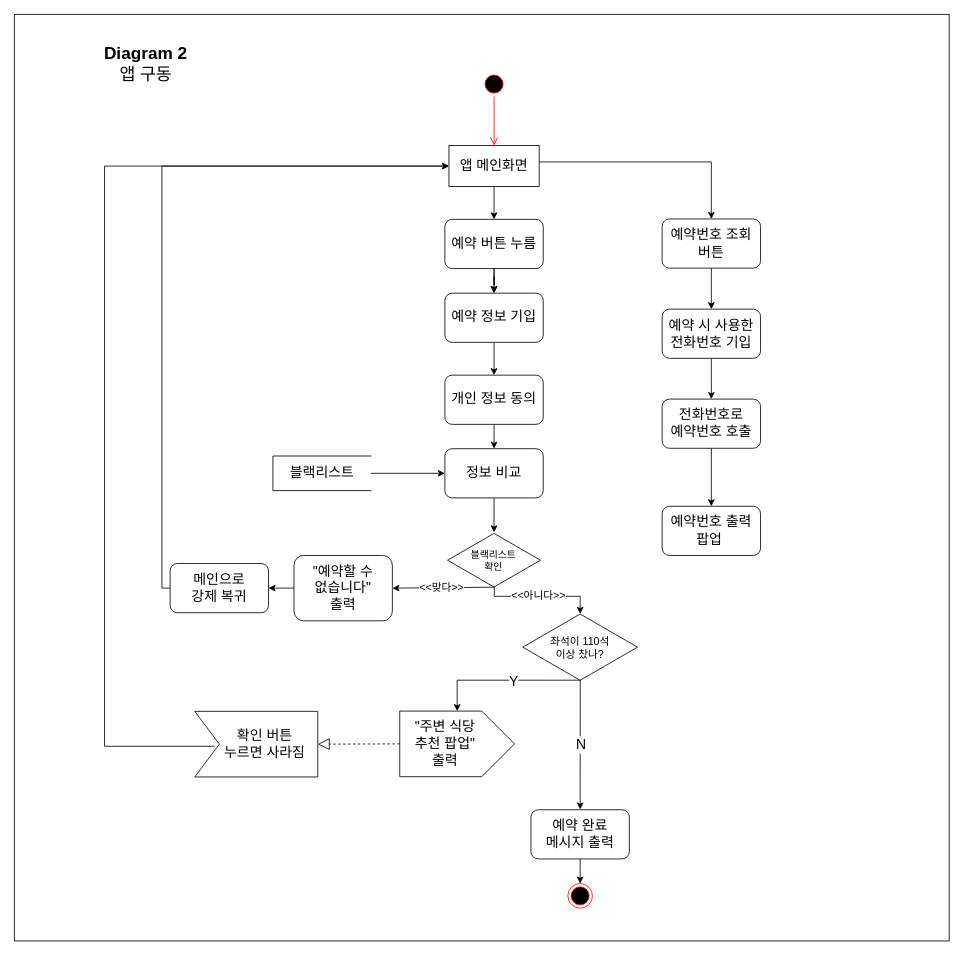
This is Diagram2_AppRuning.drawio from StrongCatWill/SWProject, a draw.io file, before an edit. Source tidied: cells renumbered, new cells numbered last; positions are measured from the earlier drawing's top-left corner, leaving out a move shared by most shapes. Both pictures are drawn from the tidied source at 82%, with x=0, y=0 at pixel (14, 14).
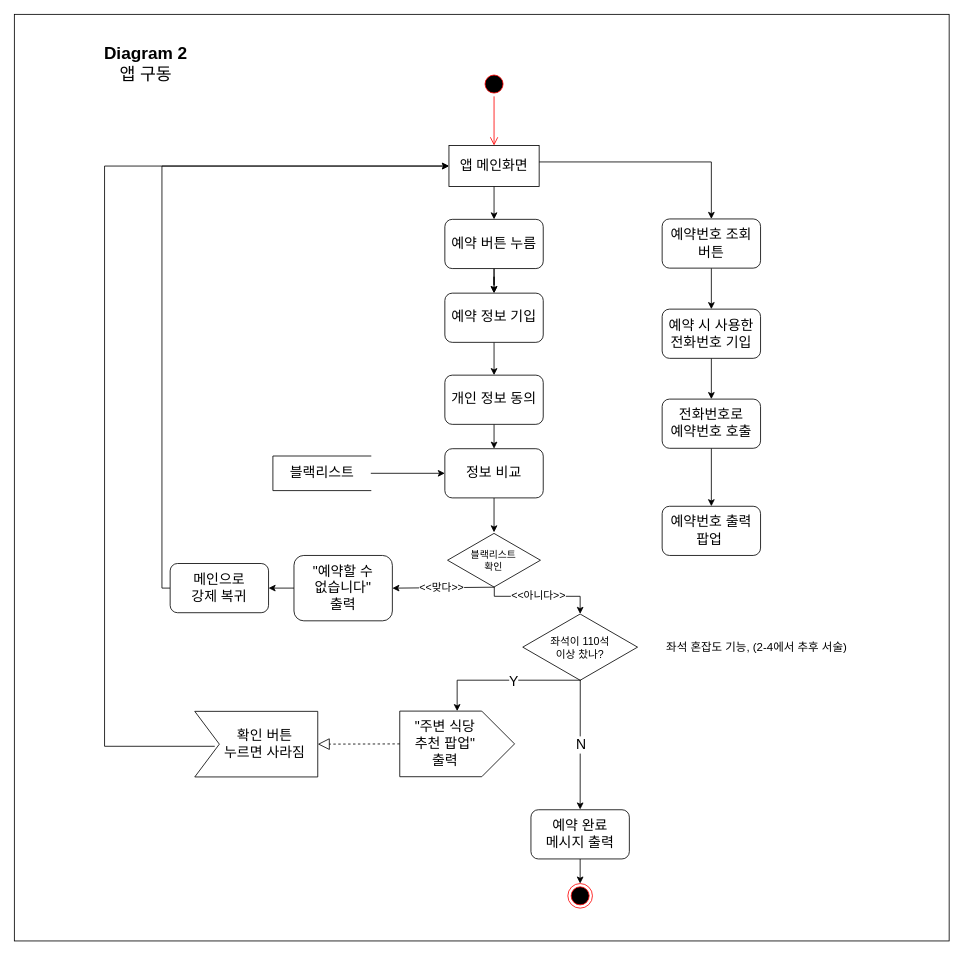
The same page after the edit.

Diff of the diagram source:
```diff
@@
+    <mxCell id="51" value="&lt;font style=&quot;font-size: 14px&quot;&gt;좌석 혼잡도 기능, (2-4에서 추후 서술)&lt;/font&gt;" style="text;html=1;align=center;verticalAlign=middle;strokeColor=none;fillColor=none;" parent="1" vertex="1">
+      <mxGeometry x="780" y="761.7" width="250" height="20" as="geometry" />
+    </mxCell>
```
